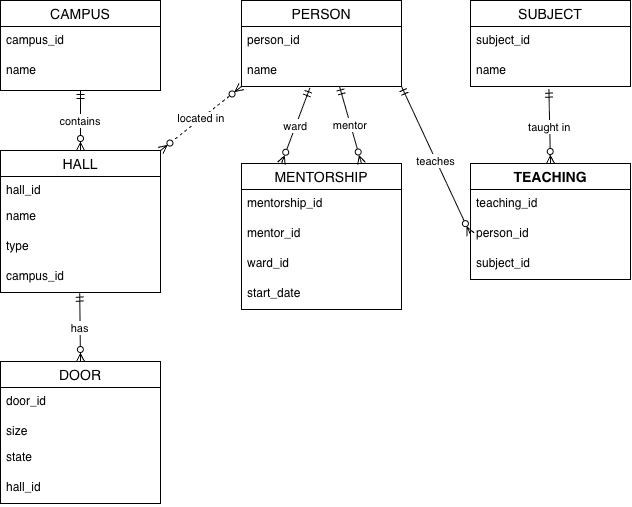
Earlier version of the draw.io export Database/Labs/lab1/models/Infological Model.png (mohamedellithyyyy/ITMO-Hub). Source tidied: cells renumbered, new cells last; positions are measured from the earlier drawing's top-left corner, leaving out a move shared by most shapes.
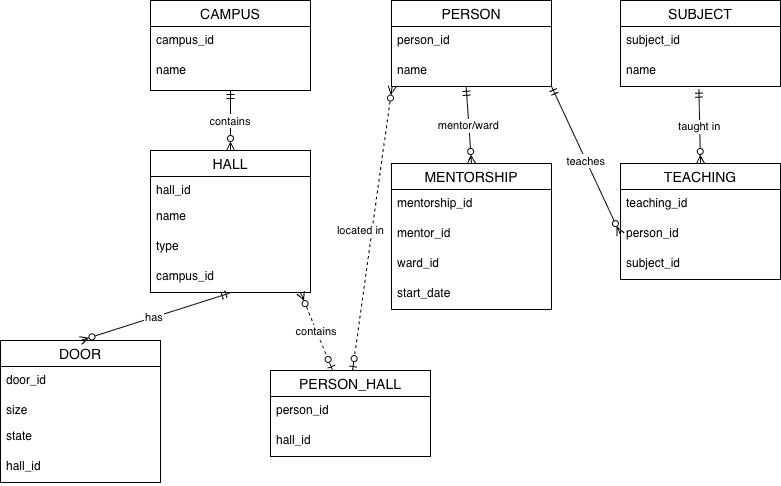
After the commit.

Change to the diagram source:
```diff
@@ -30,7 +30,7 @@
       <mxGeometry relative="1" as="geometry" />
     </mxCell>
     <mxCell id="11" value="DOOR" style="swimlane;fontStyle=0;horizontal=1;startSize=26;align=center;fontSize=14;" parent="1" vertex="1">
-      <mxGeometry y="361" width="160" height="142" as="geometry" />
+      <mxGeometry x="-150" y="340" width="160" height="142" as="geometry" />
     </mxCell>
     <mxCell id="12" value="door_id" style="text;strokeColor=none;fillColor=none;spacingLeft=4;spacingRight=4;overflow=hidden;fontSize=12;whiteSpace=wrap;html=1;" parent="11" vertex="1">
       <mxGeometry y="26" width="160" height="30" as="geometry" />
@@ -56,11 +56,6 @@
     <mxCell id="19" value="name" style="text;strokeColor=none;fillColor=none;spacingLeft=4;spacingRight=4;overflow=hidden;points=[[0,0.5],[1,0.5]];portConstraint=eastwest;fontSize=12;whiteSpace=wrap;html=1;" parent="17" vertex="1">
       <mxGeometry y="56" width="160" height="30" as="geometry" />
     </mxCell>
-    <mxCell id="20" value="located in" style="endArrow=ERzeroToMany;startArrow=ERzeroToMany;fontSize=11;dashed=1;endFill=0;entryX=1;entryY=0;entryDx=0;entryDy=0;startFill=0;rounded=0;" parent="1" edge="1" target="5">
-      <mxGeometry relative="1" as="geometry">
-        <mxPoint x="241" y="86" as="sourcePoint" />
-      </mxGeometry>
-    </mxCell>
     <mxCell id="21" value="MENTORSHIP" style="swimlane;fontStyle=0;horizontal=1;startSize=26;align=center;fontSize=14;" parent="1" vertex="1">
       <mxGeometry x="241" y="163" width="160" height="146" as="geometry" />
     </mxCell>
@@ -76,10 +71,7 @@
     <mxCell id="25" value="start_date" style="text;strokeColor=none;fillColor=none;spacingLeft=4;spacingRight=4;overflow=hidden;fontSize=12;whiteSpace=wrap;html=1;" parent="21" vertex="1">
       <mxGeometry y="116" width="160" height="30" as="geometry" />
     </mxCell>
-    <mxCell id="26" value="ward" style="endArrow=ERzeroToMany;startArrow=ERmandOne;entryX=0.25;entryY=0;fontSize=11;entryDx=0;entryDy=0;endFill=0;exitX=0.427;exitY=1.052;exitDx=0;exitDy=0;exitPerimeter=0;" parent="1" edge="1" source="19" target="21">
-      <mxGeometry relative="1" as="geometry" />
-    </mxCell>
-    <mxCell id="27" value="mentor" style="endArrow=ERzeroToMany;startArrow=ERmandOne;entryX=0.75;entryY=0;fontSize=11;rounded=0;entryDx=0;entryDy=0;endFill=0;exitX=0.612;exitY=0.988;exitDx=0;exitDy=0;exitPerimeter=0;" parent="1" edge="1" source="19" target="21">
+    <mxCell id="27" value="mentor/ward" style="endArrow=ERzeroToMany;startArrow=ERmandOne;entryX=0.5;entryY=0;fontSize=11;rounded=0;entryDx=0;entryDy=0;endFill=0;exitX=0.467;exitY=1.026;exitDx=0;exitDy=0;exitPerimeter=0;" parent="1" edge="1" source="19" target="21">
       <mxGeometry relative="1" as="geometry" />
     </mxCell>
     <mxCell id="28" value="SUBJECT" style="swimlane;fontStyle=0;horizontal=1;startSize=26;align=center;fontSize=14;" parent="1" vertex="1">
@@ -91,7 +83,7 @@
     <mxCell id="30" value="name" style="text;strokeColor=none;fillColor=none;spacingLeft=4;spacingRight=4;overflow=hidden;points=[[0,0.5],[1,0.5]];portConstraint=eastwest;fontSize=12;whiteSpace=wrap;html=1;" parent="28" vertex="1">
       <mxGeometry y="56" width="160" height="30" as="geometry" />
     </mxCell>
-    <mxCell id="31" value="TEACHING" style="swimlane;fontStyle=1;horizontal=1;startSize=26;align=center;fontSize=14;" parent="1" vertex="1">
+    <mxCell id="31" value="TEACHING" style="swimlane;fontStyle=0;horizontal=1;startSize=26;align=center;fontSize=14;" parent="1" vertex="1">
       <mxGeometry x="470" y="163" width="160" height="116" as="geometry" />
     </mxCell>
     <mxCell id="32" value="teaching_id" style="text;strokeColor=none;fillColor=none;spacingLeft=4;spacingRight=4;overflow=hidden;fontSize=12;whiteSpace=wrap;html=1;" parent="31" vertex="1">
@@ -109,5 +101,24 @@
     <mxCell id="36" value="teaches" style="endArrow=ERzeroToMany;startArrow=ERmandOne;entryX=0;entryY=0.5;fontSize=11;endFill=0;entryDx=0;entryDy=0;exitX=1;exitY=1;exitDx=0;exitDy=0;" parent="1" edge="1" source="17" target="33">
       <mxGeometry relative="1" as="geometry" />
     </mxCell>
+    <mxCell id="37" value="PERSON_HALL" style="swimlane;fontStyle=0;horizontal=1;startSize=26;align=center;fontSize=14;" parent="1" vertex="1">
+      <mxGeometry x="120" y="370" width="160" height="86" as="geometry" />
+    </mxCell>
+    <mxCell id="38" value="person_id" style="text;strokeColor=none;fillColor=none;spacingLeft=4;spacingRight=4;overflow=hidden;fontSize=12;whiteSpace=wrap;html=1;" parent="37" vertex="1">
+      <mxGeometry y="26" width="160" height="30" as="geometry" />
+    </mxCell>
+    <mxCell id="39" value="hall_id" style="text;strokeColor=none;fillColor=none;spacingLeft=4;spacingRight=4;overflow=hidden;fontSize=12;whiteSpace=wrap;html=1;" parent="37" vertex="1">
+      <mxGeometry y="56" width="160" height="30" as="geometry" />
+    </mxCell>
+    <mxCell id="40" value="contains" style="endArrow=ERzeroToOne;startArrow=ERzeroToMany;fontSize=11;dashed=1;exitX=0;exitY=1;exitDx=0;exitDy=0;endFill=0;startFill=0;rounded=0;curved=0;" parent="1" edge="1" target="37">
+      <mxGeometry relative="1" as="geometry">
+        <mxPoint x="150" y="292" as="sourcePoint" />
+      </mxGeometry>
+    </mxCell>
+    <mxCell id="20" value="located in" style="endArrow=ERzeroToOne;startArrow=ERzeroToMany;fontSize=11;dashed=1;exitX=0.004;exitY=0.989;exitDx=0;exitDy=0;endFill=0;startFill=0;rounded=0;curved=0;exitPerimeter=0;" parent="1" edge="1" source="19">
+      <mxGeometry x="0.03" y="-11" relative="1" as="geometry">
+        <mxPoint x="202" y="370" as="targetPoint" />
+      </mxGeometry>
+    </mxCell>
   </root>
 </mxGraphModel>
```
